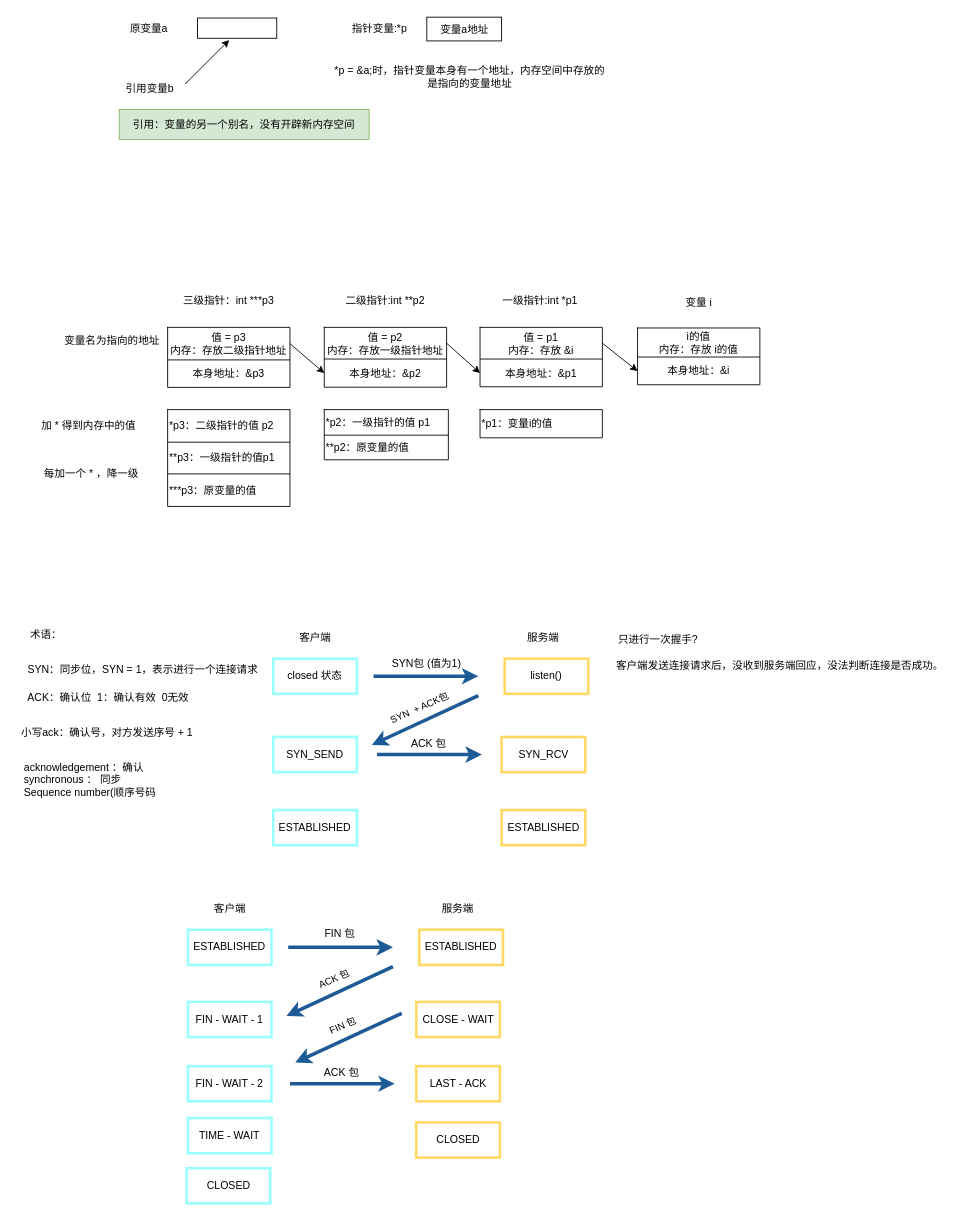
Above: 未命名绘图.drawio in weibu01/a_drawio (draw.io), before the change. Source tidied: cells renumbered, new cells numbered last; positions are measured from the earlier drawing's top-left corner, leaving out a move shared by most shapes. Both pictures are drawn from the tidied source at 88%, with x=0, y=0 at pixel (15, 14).
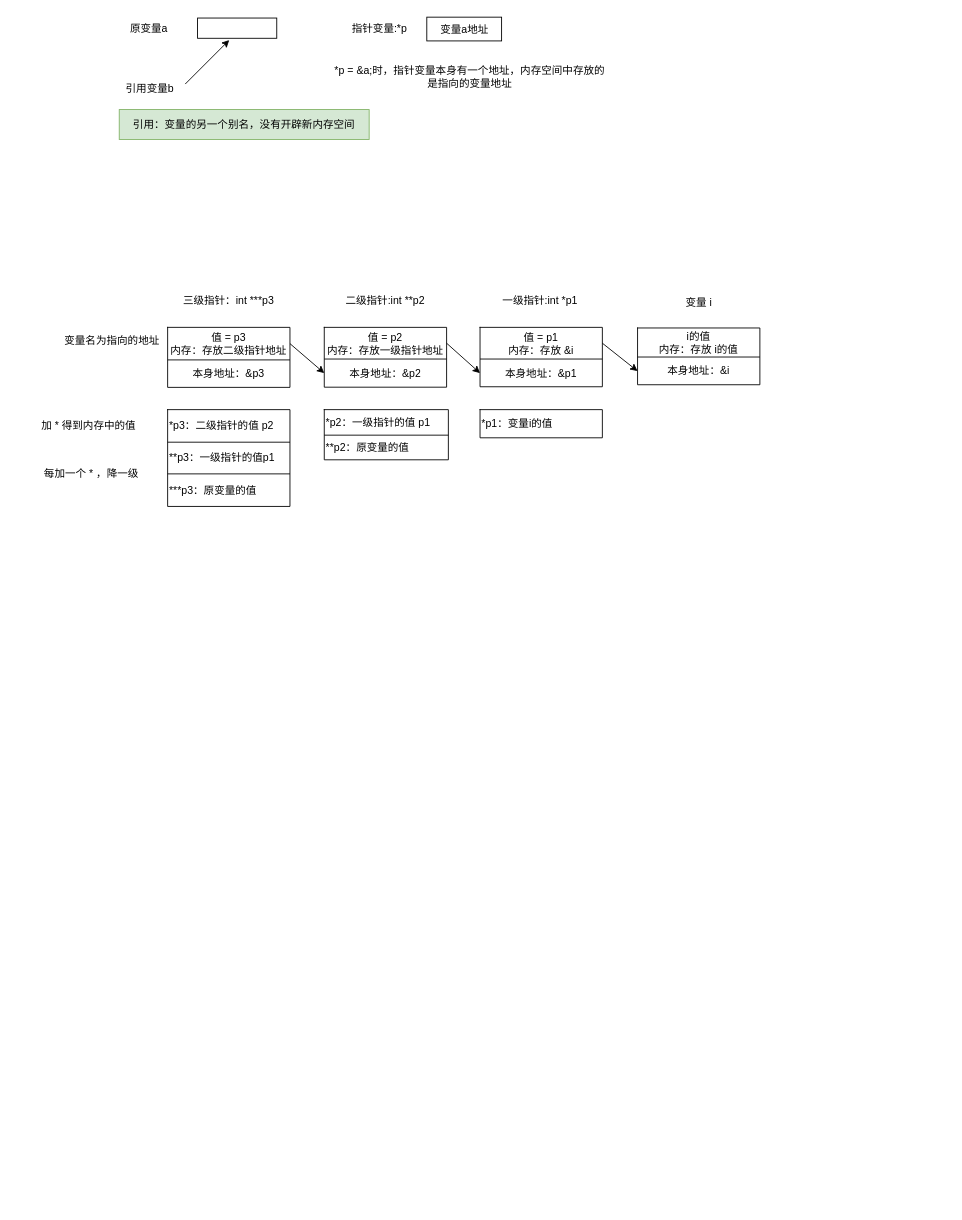
The same page after the edit.

Commit message:
更新未命名绘图.drawio

The edit, as a diff of the source:
```diff
@@
-    <mxCell id="55" style="edgeStyle=orthogonalEdgeStyle;rounded=0;orthogonalLoop=1;jettySize=auto;html=1;strokeWidth=4;strokeColor=#1E5A96;" parent="1" edge="1">
-      <mxGeometry relative="1" as="geometry">
-        <mxPoint x="407" y="752" as="sourcePoint" />
-        <mxPoint x="526" y="752" as="targetPoint" />
-      </mxGeometry>
-    </mxCell>
-    <mxCell id="56" value="closed 状态" style="rounded=0;whiteSpace=wrap;html=1;strokeWidth=3;strokeColor=#99FFFF;" parent="1" vertex="1">
-      <mxGeometry x="293" y="732" width="95" height="40" as="geometry" />
-    </mxCell>
-    <mxCell id="57" value="客户端" style="text;html=1;strokeColor=none;fillColor=none;align=center;verticalAlign=middle;whiteSpace=wrap;rounded=0;" parent="1" vertex="1">
-      <mxGeometry x="310.5" y="693" width="60" height="30" as="geometry" />
-    </mxCell>
-    <mxCell id="58" value="服务端" style="text;html=1;strokeColor=none;fillColor=none;align=center;verticalAlign=middle;whiteSpace=wrap;rounded=0;" parent="1" vertex="1">
-      <mxGeometry x="570" y="693" width="60" height="30" as="geometry" />
-    </mxCell>
-    <mxCell id="59" value="listen()" style="rounded=0;whiteSpace=wrap;html=1;strokeWidth=3;strokeColor=#FFD966;" parent="1" vertex="1">
-      <mxGeometry x="556" y="732" width="95" height="40" as="geometry" />
-    </mxCell>
-    <mxCell id="60" value="SYN包 (值为1)" style="text;html=1;strokeColor=none;fillColor=none;align=center;verticalAlign=middle;whiteSpace=wrap;rounded=0;" parent="1" vertex="1">
-      <mxGeometry x="423" y="730" width="89" height="16" as="geometry" />
-    </mxCell>
-    <mxCell id="61" value="SYN_SEND" style="rounded=0;whiteSpace=wrap;html=1;strokeWidth=3;strokeColor=#99FFFF;" parent="1" vertex="1">
-      <mxGeometry x="293" y="821" width="95" height="40" as="geometry" />
-    </mxCell>
-    <mxCell id="62" value="ESTABLISHED" style="rounded=0;whiteSpace=wrap;html=1;strokeWidth=3;strokeColor=#99FFFF;" parent="1" vertex="1">
-      <mxGeometry x="293" y="904" width="95" height="40" as="geometry" />
-    </mxCell>
-    <mxCell id="63" value="SYN_RCV" style="rounded=0;whiteSpace=wrap;html=1;strokeWidth=3;strokeColor=#FFD966;" parent="1" vertex="1">
-      <mxGeometry x="552.5" y="821" width="95" height="40" as="geometry" />
-    </mxCell>
-    <mxCell id="64" value="ESTABLISHED" style="rounded=0;whiteSpace=wrap;html=1;strokeWidth=3;strokeColor=#FFD966;" parent="1" vertex="1">
-      <mxGeometry x="552.5" y="904" width="95" height="40" as="geometry" />
-    </mxCell>
-    <mxCell id="65" style="endArrow=none;html=1;rounded=0;startArrow=classic;startFill=1;endFill=0;strokeWidth=4;strokeColor=#1e5a96;" parent="1" edge="1">
-      <mxGeometry relative="1" as="geometry">
-        <mxPoint x="405" y="830" as="sourcePoint" />
-        <mxPoint x="526" y="774" as="targetPoint" />
-      </mxGeometry>
-    </mxCell>
-    <mxCell id="66" value="SYN&amp;nbsp; + ACK包" style="edgeLabel;html=1;align=center;verticalAlign=middle;rotation=336;" parent="65" vertex="1">
-      <mxGeometry relative="1" as="geometry">
-        <mxPoint x="-7" y="-14" as="offset" />
-      </mxGeometry>
-    </mxCell>
-    <mxCell id="67" style="edgeStyle=orthogonalEdgeStyle;rounded=0;orthogonalLoop=1;jettySize=auto;html=1;strokeWidth=4;strokeColor=#1E5A96;" parent="1" edge="1">
-      <mxGeometry relative="1" as="geometry">
-        <mxPoint x="411" y="841" as="sourcePoint" />
-        <mxPoint x="530" y="841" as="targetPoint" />
-      </mxGeometry>
-    </mxCell>
-    <mxCell id="68" value="ACK 包" style="text;html=1;strokeColor=none;fillColor=none;align=center;verticalAlign=middle;whiteSpace=wrap;rounded=0;" parent="1" vertex="1">
-      <mxGeometry x="445" y="821" width="50" height="16" as="geometry" />
-    </mxCell>
-    <mxCell id="69" style="edgeStyle=orthogonalEdgeStyle;rounded=0;orthogonalLoop=1;jettySize=auto;html=1;strokeWidth=4;strokeColor=#1E5A96;" parent="1" edge="1">
-      <mxGeometry relative="1" as="geometry">
-        <mxPoint x="310" y="1060" as="sourcePoint" />
-        <mxPoint x="429" y="1060" as="targetPoint" />
-      </mxGeometry>
-    </mxCell>
-    <mxCell id="70" value="ESTABLISHED" style="rounded=0;whiteSpace=wrap;html=1;strokeWidth=3;strokeColor=#99FFFF;" parent="1" vertex="1">
-      <mxGeometry x="196" y="1040" width="95" height="40" as="geometry" />
-    </mxCell>
-    <mxCell id="71" value="客户端" style="text;html=1;strokeColor=none;fillColor=none;align=center;verticalAlign=middle;whiteSpace=wrap;rounded=0;" parent="1" vertex="1">
-      <mxGeometry x="213.5" y="1001" width="60" height="30" as="geometry" />
-    </mxCell>
-    <mxCell id="72" value="服务端" style="text;html=1;strokeColor=none;fillColor=none;align=center;verticalAlign=middle;whiteSpace=wrap;rounded=0;" parent="1" vertex="1">
-      <mxGeometry x="473" y="1001" width="60" height="30" as="geometry" />
-    </mxCell>
-    <mxCell id="73" value="ESTABLISHED" style="rounded=0;whiteSpace=wrap;html=1;strokeWidth=3;strokeColor=#FFD966;" parent="1" vertex="1">
-      <mxGeometry x="459" y="1040" width="95" height="40" as="geometry" />
-    </mxCell>
-    <mxCell id="74" value="FIN 包" style="text;html=1;strokeColor=none;fillColor=none;align=center;verticalAlign=middle;whiteSpace=wrap;rounded=0;" parent="1" vertex="1">
-      <mxGeometry x="344" y="1037" width="50" height="16" as="geometry" />
-    </mxCell>
-    <mxCell id="75" value="FIN - WAIT - 1" style="rounded=0;whiteSpace=wrap;html=1;strokeWidth=3;strokeColor=#99FFFF;" parent="1" vertex="1">
-      <mxGeometry x="196" y="1122" width="95" height="40" as="geometry" />
-    </mxCell>
-    <mxCell id="76" value="FIN - WAIT - 2" style="rounded=0;whiteSpace=wrap;html=1;strokeWidth=3;strokeColor=#99FFFF;" parent="1" vertex="1">
-      <mxGeometry x="196" y="1195" width="95" height="40" as="geometry" />
-    </mxCell>
-    <mxCell id="77" value="CLOSE - WAIT" style="rounded=0;whiteSpace=wrap;html=1;strokeWidth=3;strokeColor=#FFD966;" parent="1" vertex="1">
-      <mxGeometry x="455.5" y="1122" width="95" height="40" as="geometry" />
-    </mxCell>
-    <mxCell id="78" value="LAST - ACK" style="rounded=0;whiteSpace=wrap;html=1;strokeWidth=3;strokeColor=#FFD966;" parent="1" vertex="1">
-      <mxGeometry x="455.5" y="1195" width="95" height="40" as="geometry" />
-    </mxCell>
-    <mxCell id="79" style="endArrow=none;html=1;rounded=0;startArrow=classic;startFill=1;endFill=0;strokeWidth=4;strokeColor=#1e5a96;" parent="1" edge="1">
-      <mxGeometry relative="1" as="geometry">
-        <mxPoint x="308" y="1138" as="sourcePoint" />
-        <mxPoint x="429" y="1082" as="targetPoint" />
-      </mxGeometry>
-    </mxCell>
-    <mxCell id="80" value="ACK 包" style="edgeLabel;html=1;align=center;verticalAlign=middle;rotation=336;" parent="79" vertex="1">
-      <mxGeometry relative="1" as="geometry">
-        <mxPoint x="-7" y="-14" as="offset" />
-      </mxGeometry>
-    </mxCell>
-    <mxCell id="81" style="edgeStyle=orthogonalEdgeStyle;rounded=0;orthogonalLoop=1;jettySize=auto;html=1;strokeWidth=4;strokeColor=#1E5A96;" parent="1" edge="1">
-      <mxGeometry relative="1" as="geometry">
-        <mxPoint x="312" y="1215" as="sourcePoint" />
-        <mxPoint x="431" y="1215" as="targetPoint" />
-      </mxGeometry>
-    </mxCell>
-    <mxCell id="82" value="ACK 包" style="text;html=1;strokeColor=none;fillColor=none;align=center;verticalAlign=middle;whiteSpace=wrap;rounded=0;" parent="1" vertex="1">
-      <mxGeometry x="346" y="1195" width="50" height="16" as="geometry" />
-    </mxCell>
-    <mxCell id="83" value="TIME - WAIT" style="rounded=0;whiteSpace=wrap;html=1;strokeWidth=3;strokeColor=#99FFFF;" parent="1" vertex="1">
-      <mxGeometry x="196" y="1254" width="95" height="40" as="geometry" />
-    </mxCell>
-    <mxCell id="84" value="CLOSED" style="rounded=0;whiteSpace=wrap;html=1;strokeWidth=3;strokeColor=#99FFFF;" parent="1" vertex="1">
-      <mxGeometry x="194.5" y="1311" width="95" height="40" as="geometry" />
-    </mxCell>
-    <mxCell id="85" value="CLOSED" style="rounded=0;whiteSpace=wrap;html=1;strokeWidth=3;strokeColor=#FFD966;" parent="1" vertex="1">
-      <mxGeometry x="455.5" y="1259" width="95" height="40" as="geometry" />
-    </mxCell>
-    <mxCell id="86" style="endArrow=none;html=1;rounded=0;startArrow=classic;startFill=1;endFill=0;strokeWidth=4;strokeColor=#1e5a96;" parent="1" edge="1">
-      <mxGeometry relative="1" as="geometry">
-        <mxPoint x="318" y="1191" as="sourcePoint" />
-        <mxPoint x="439" y="1135" as="targetPoint" />
-      </mxGeometry>
-    </mxCell>
-    <mxCell id="87" value="FIN 包" style="edgeLabel;html=1;align=center;verticalAlign=middle;rotation=336;" parent="86" vertex="1">
-      <mxGeometry relative="1" as="geometry">
-        <mxPoint x="-7" y="-14" as="offset" />
-      </mxGeometry>
-    </mxCell>
-    <mxCell id="88" value="术语：" style="text;html=1;strokeColor=none;fillColor=none;align=center;verticalAlign=middle;whiteSpace=wrap;rounded=0;" parent="1" vertex="1">
-      <mxGeometry x="5" y="690" width="60" height="30" as="geometry" />
-    </mxCell>
-    <mxCell id="89" value="SYN：同步位，SYN = 1，表示进行一个连接请求" style="text;html=1;strokeColor=none;fillColor=none;align=center;verticalAlign=middle;whiteSpace=wrap;rounded=0;" parent="1" vertex="1">
-      <mxGeometry y="732" width="290" height="26" as="geometry" />
-    </mxCell>
-    <mxCell id="90" value="ACK：确认位&amp;nbsp; 1：确认有效&amp;nbsp; 0无效" style="text;html=1;strokeColor=none;fillColor=none;align=left;verticalAlign=middle;whiteSpace=wrap;rounded=0;" parent="1" vertex="1">
-      <mxGeometry x="12" y="765" width="221" height="23" as="geometry" />
-    </mxCell>
-    <mxCell id="91" value="小写ack：确认号，对方发送序号 + 1" style="text;html=1;strokeColor=none;fillColor=none;align=left;verticalAlign=middle;whiteSpace=wrap;rounded=0;" parent="1" vertex="1">
-      <mxGeometry x="5" y="803" width="230" height="25" as="geometry" />
-    </mxCell>
-    <mxCell id="92" value="acknowledgement ：确认&lt;br&gt;synchronous ： 同步&lt;br&gt;Sequence number(顺序号码" style="text;html=1;strokeColor=none;fillColor=none;align=left;verticalAlign=middle;whiteSpace=wrap;rounded=0;" parent="1" vertex="1">
-      <mxGeometry x="8" y="846" width="189" height="47" as="geometry" />
-    </mxCell>
-    <mxCell id="93" value="只进行一次握手?" style="text;html=1;strokeColor=none;fillColor=none;align=center;verticalAlign=middle;whiteSpace=wrap;rounded=0;" parent="1" vertex="1">
-      <mxGeometry x="675.5" y="699" width="108.5" height="24" as="geometry" />
-    </mxCell>
-    <mxCell id="94" value="客户端发送连接请求后，没收到服务端回应，没法判断连接是否成功。" style="text;html=1;strokeColor=none;fillColor=none;align=center;verticalAlign=middle;whiteSpace=wrap;rounded=0;" parent="1" vertex="1">
-      <mxGeometry x="679" y="723" width="380" height="34" as="geometry" />
-    </mxCell>
```
